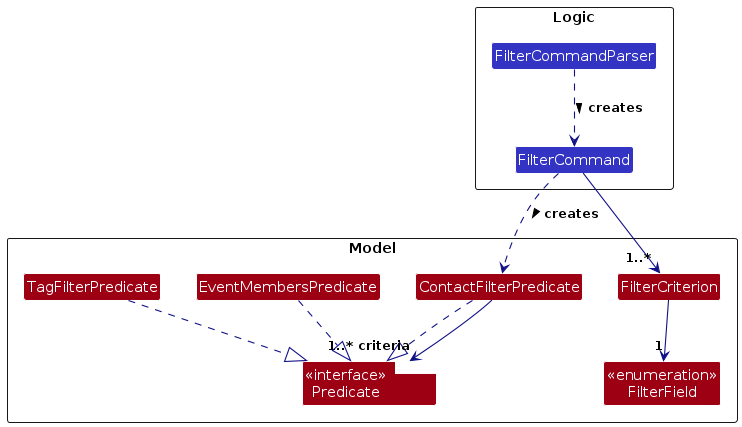
Earlier version of the PlantUML export diagrams/FilterClassDiagram.png (AY2627S1-CS2103T-W12-3/tp). Its source is kept beside it as diagrams/FilterClassDiagram.puml. Its diagram source:
```plantuml
@startuml
!include style.puml
skinparam arrowThickness 1.1
skinparam arrowColor LOGIC_COLOR_T4
skinparam classBackgroundColor LOGIC_COLOR

package Logic as LogicPackage <<Rectangle>> {
Class FilterCommandParser
Class FilterCommand
}

package Model as ModelPackage <<Rectangle>> {
Class FilterCriterion MODEL_COLOR
Class "<<enumeration>>\nFilterField" as FilterField MODEL_COLOR
Class ContactFilterPredicate MODEL_COLOR
Class TagFilterPredicate MODEL_COLOR
Class EventMembersPredicate MODEL_COLOR
Class "<<interface>>\nPredicate<Person>" as Predicate MODEL_COLOR
}

FilterCommandParser ..> FilterCommand : creates >
FilterCommand --> "1..*" FilterCriterion
FilterCriterion --> "1" FilterField
FilterCommand ..> ContactFilterPredicate : creates >

ContactFilterPredicate ..|> Predicate
ContactFilterPredicate --> "1..* criteria" Predicate
TagFilterPredicate ..|> Predicate
EventMembersPredicate ..|> Predicate
@enduml
```
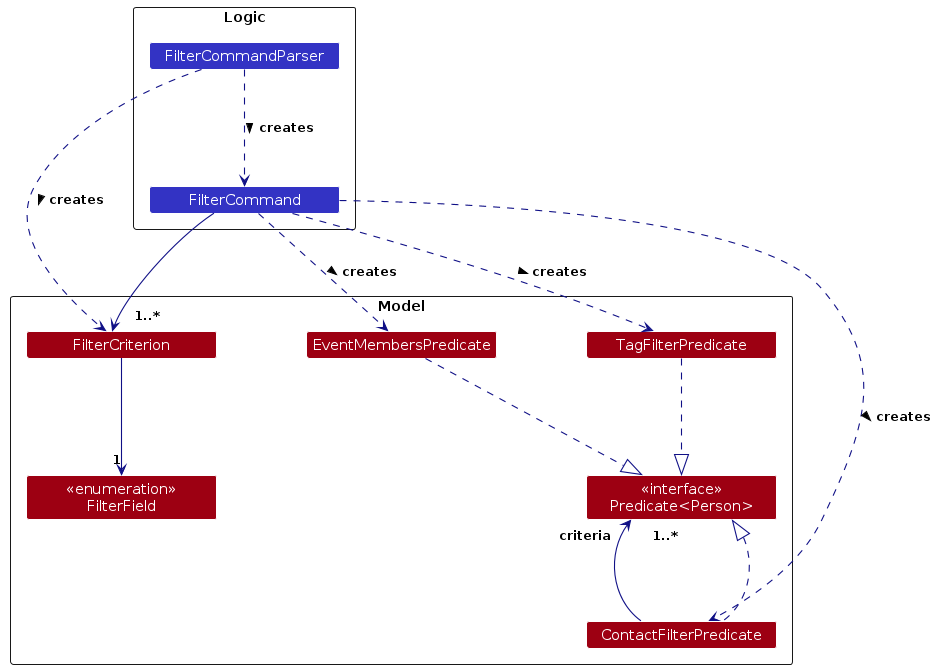
The same file after the commit.

The edit, as a diff of the source:
```diff
@@ -3,6 +3,10 @@
 skinparam arrowThickness 1.1
 skinparam arrowColor LOGIC_COLOR_T4
 skinparam classBackgroundColor LOGIC_COLOR
+skinparam genericDisplay old
+skinparam nodesep 90
+skinparam ranksep 100
+skinparam minClassWidth 190
 
 package Logic as LogicPackage <<Rectangle>> {
 Class FilterCommandParser
@@ -10,21 +14,26 @@
 }
 
 package Model as ModelPackage <<Rectangle>> {
+Class TagFilterPredicate MODEL_COLOR
+Class ContactFilterPredicate MODEL_COLOR
+Class EventMembersPredicate MODEL_COLOR
+Class "<<interface>>\nPredicate<Person>" as Predicate MODEL_COLOR
 Class FilterCriterion MODEL_COLOR
 Class "<<enumeration>>\nFilterField" as FilterField MODEL_COLOR
-Class ContactFilterPredicate MODEL_COLOR
-Class TagFilterPredicate MODEL_COLOR
-Class EventMembersPredicate MODEL_COLOR
-Class "<<interface>>\nPredicate<Person>" as Predicate MODEL_COLOR
 }
 
 FilterCommandParser ..> FilterCommand : creates >
-FilterCommand --> "1..*" FilterCriterion
+FilterCommandParser ..> FilterCriterion : creates >
+FilterCommand --> FilterCriterion
+FilterCommand -[#transparent]-> "1..*" FilterCriterion
 FilterCriterion --> "1" FilterField
+FilterCommand ..> TagFilterPredicate : creates >
 FilterCommand ..> ContactFilterPredicate : creates >
+FilterCommand ..> EventMembersPredicate : creates >
 
-ContactFilterPredicate ..|> Predicate
-ContactFilterPredicate --> "1..* criteria" Predicate
 TagFilterPredicate ..|> Predicate
+ContactFilterPredicate -up-> "criteria" Predicate
+ContactFilterPredicate -[#transparent]up-> "1..*" Predicate
+ContactFilterPredicate .up.|> Predicate
 EventMembersPredicate ..|> Predicate
 @enduml
```
